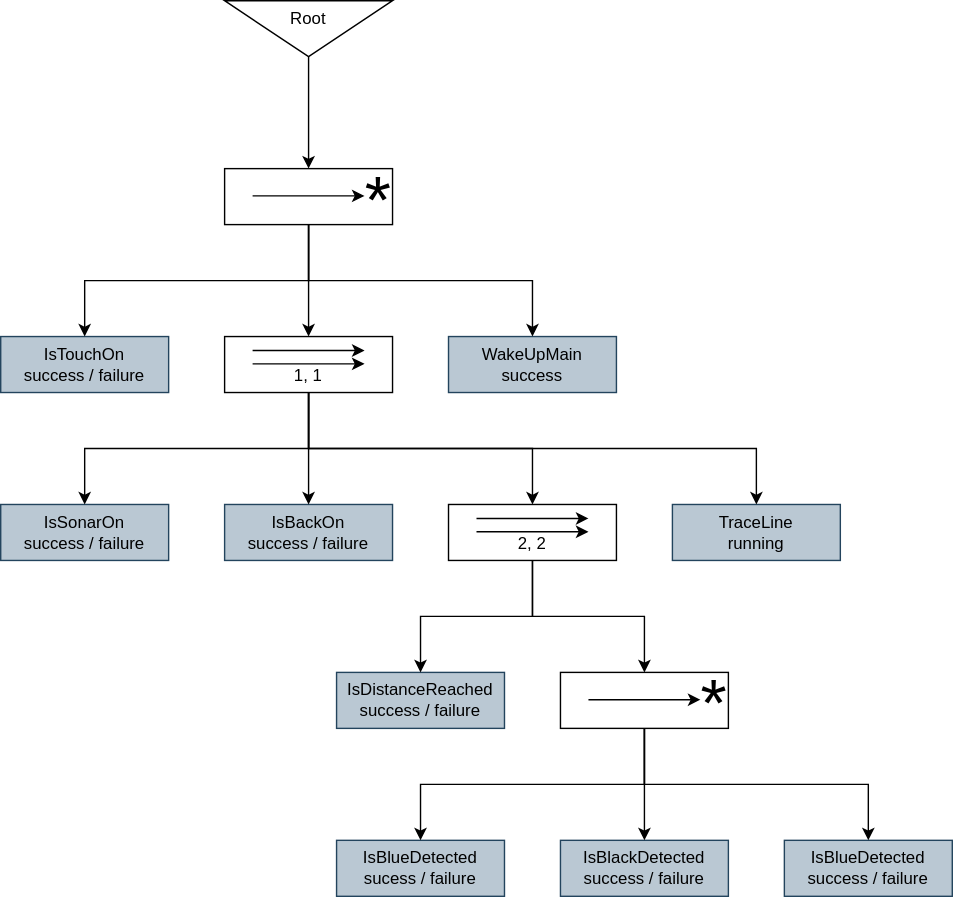
Before: 2021base/behavior_tree.drawio.svg, a diagram exported from draw.io (ymnkmstk/roboyama). Source tidied: cells renumbered, new cells last; positions are measured from the earlier drawing's top-left corner, leaving out a move shared by most shapes.
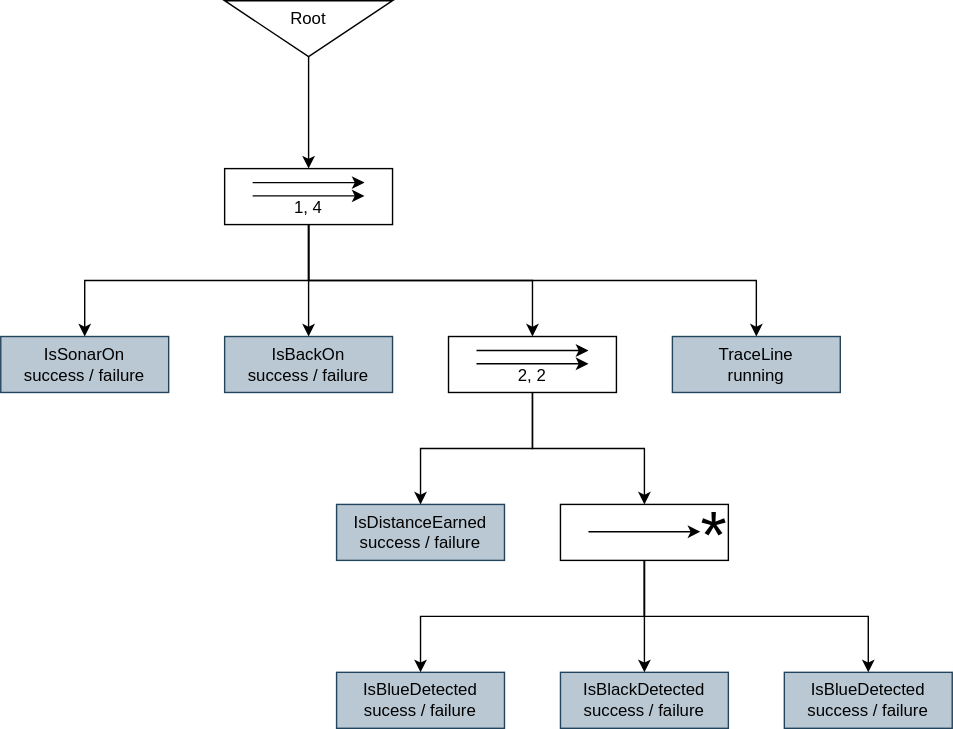
The same diagram one commit later.

Commit message:
Behavior Tree diagram updated

The edit, as a diff of the source:
```diff
@@ -2,19 +2,13 @@
   <root>
     <mxCell id="0" />
     <mxCell id="1" parent="0" />
-    <mxCell id="2" style="edgeStyle=orthogonalEdgeStyle;rounded=0;jettySize=auto;html=1;exitX=1;exitY=0.5;exitDx=0;exitDy=0;entryX=0.5;entryY=0;entryDx=0;entryDy=0;" parent="1" edge="1" source="3" target="10">
-      <mxGeometry relative="1" as="geometry" />
-    </mxCell>
     <mxCell id="3" value="Root&lt;br&gt;&lt;br&gt;" style="triangle;whiteSpace=wrap;html=1;direction=south;" parent="1" vertex="1">
-      <mxGeometry x="160" width="120" height="40" as="geometry" />
+      <mxGeometry x="160" y="120" width="120" height="40" as="geometry" />
     </mxCell>
-    <mxCell id="4" value="IsTouchOn&lt;br&gt;success / failure" style="rounded=0;whiteSpace=wrap;html=1;fillColor=#bac8d3;strokeColor=#23445d;" parent="1" vertex="1">
-      <mxGeometry y="240" width="120" height="40" as="geometry" />
-    </mxCell>
     <mxCell id="5" style="group;" parent="1" vertex="1">
       <mxGeometry x="160" y="240" width="120" height="40" as="geometry" />
     </mxCell>
-    <mxCell id="6" value="&lt;br&gt;1, 1" style="rounded=0;whiteSpace=wrap;html=1;" parent="5" vertex="1">
+    <mxCell id="6" value="&lt;br&gt;1, 4" style="rounded=0;whiteSpace=wrap;html=1;" parent="5" vertex="1">
       <mxGeometry width="120" height="40" as="geometry" />
     </mxCell>
     <mxCell id="7" style="endArrow=classic;html=1;" parent="5" edge="1">
@@ -29,24 +23,6 @@
         <mxPoint x="100" y="19.5" as="targetPoint" />
       </mxGeometry>
     </mxCell>
-    <mxCell id="9" style="group;" parent="1" vertex="1">
-      <mxGeometry x="160" y="120" width="120" height="40" as="geometry" />
-    </mxCell>
-    <mxCell id="10" style="rounded=0;whiteSpace=wrap;html=1;" parent="9" vertex="1">
-      <mxGeometry width="120" height="40" as="geometry" />
-    </mxCell>
-    <mxCell id="11" style="endArrow=classic;html=1;" parent="9" edge="1">
-      <mxGeometry as="geometry">
-        <mxPoint x="20" y="19.5" as="sourcePoint" />
-        <mxPoint x="100" y="19.5" as="targetPoint" />
-      </mxGeometry>
-    </mxCell>
-    <mxCell id="12" value="&lt;font style=&quot;font-size: 48px&quot;&gt;*&lt;/font&gt;" style="text;html=1;strokeColor=none;fillColor=none;align=center;verticalAlign=middle;whiteSpace=wrap;rounded=0;" parent="9" vertex="1">
-      <mxGeometry x="100" y="12" width="20" height="20" as="geometry" />
-    </mxCell>
-    <mxCell id="13" value="WakeUpMain&lt;br&gt;success" style="rounded=0;whiteSpace=wrap;html=1;fillColor=#bac8d3;strokeColor=#23445d;" parent="1" vertex="1">
-      <mxGeometry x="320" y="240" width="120" height="40" as="geometry" />
-    </mxCell>
     <mxCell id="14" style="group;" parent="1" vertex="1">
       <mxGeometry x="400" y="480" width="120" height="40" as="geometry" />
     </mxCell>
@@ -89,7 +65,7 @@
     <mxCell id="24" value="TraceLine&lt;br&gt;running" style="rounded=0;whiteSpace=wrap;html=1;fillColor=#bac8d3;strokeColor=#23445d;" parent="1" vertex="1">
       <mxGeometry x="480" y="360" width="120" height="40" as="geometry" />
     </mxCell>
-    <mxCell id="25" value="IsDistanceReached&lt;br&gt;success / failure" style="rounded=0;whiteSpace=wrap;html=1;fillColor=#bac8d3;strokeColor=#23445d;" parent="1" vertex="1">
+    <mxCell id="25" value="IsDistanceEarned&lt;br&gt;success / failure" style="rounded=0;whiteSpace=wrap;html=1;fillColor=#bac8d3;strokeColor=#23445d;" parent="1" vertex="1">
       <mxGeometry x="240" y="480" width="120" height="40" as="geometry" />
     </mxCell>
     <mxCell id="26" value="IsBlackDetected&lt;br&gt;success / failure" style="rounded=0;whiteSpace=wrap;html=1;fillColor=#bac8d3;strokeColor=#23445d;" parent="1" vertex="1">
@@ -101,19 +77,10 @@
     <mxCell id="28" value="IsBlueDetected&lt;br&gt;success / failure" style="rounded=0;whiteSpace=wrap;html=1;fillColor=#bac8d3;strokeColor=#23445d;" parent="1" vertex="1">
       <mxGeometry x="560" y="600" width="120" height="40" as="geometry" />
     </mxCell>
-    <mxCell id="29" style="edgeStyle=orthogonalEdgeStyle;rounded=0;jettySize=auto;html=1;exitX=0.5;exitY=1;exitDx=0;exitDy=0;entryX=0.5;entryY=0;entryDx=0;entryDy=0;" parent="1" edge="1" source="10" target="4">
-      <mxGeometry relative="1" as="geometry">
-        <Array as="points">
-          <mxPoint x="220" y="200" />
-          <mxPoint x="60" y="200" />
-        </Array>
-      </mxGeometry>
-    </mxCell>
-    <mxCell id="30" style="edgeStyle=orthogonalEdgeStyle;rounded=0;jettySize=auto;html=1;exitX=0.5;exitY=1;exitDx=0;exitDy=0;" parent="1" edge="1" source="10" target="13">
-      <mxGeometry relative="1" as="geometry" />
-    </mxCell>
-    <mxCell id="31" style="edgeStyle=orthogonalEdgeStyle;rounded=0;jettySize=auto;html=1;exitX=0.5;exitY=1;exitDx=0;exitDy=0;entryX=0.5;entryY=0;entryDx=0;entryDy=0;" parent="1" edge="1" source="10" target="6">
-      <mxGeometry relative="1" as="geometry" />
+    <mxCell id="31" style="edgeStyle=orthogonalEdgeStyle;rounded=0;jettySize=auto;html=1;exitX=0.5;exitY=1;exitDx=0;exitDy=0;entryX=0.5;entryY=0;entryDx=0;entryDy=0;" parent="1" edge="1" target="6">
+      <mxGeometry relative="1" as="geometry">
+        <mxPoint x="220" y="160" as="sourcePoint" />
+      </mxGeometry>
     </mxCell>
     <mxCell id="32" style="edgeStyle=orthogonalEdgeStyle;rounded=0;jettySize=auto;html=1;exitX=0.5;exitY=1;exitDx=0;exitDy=0;" parent="1" edge="1" source="6" target="18">
       <mxGeometry relative="1" as="geometry" />
```
